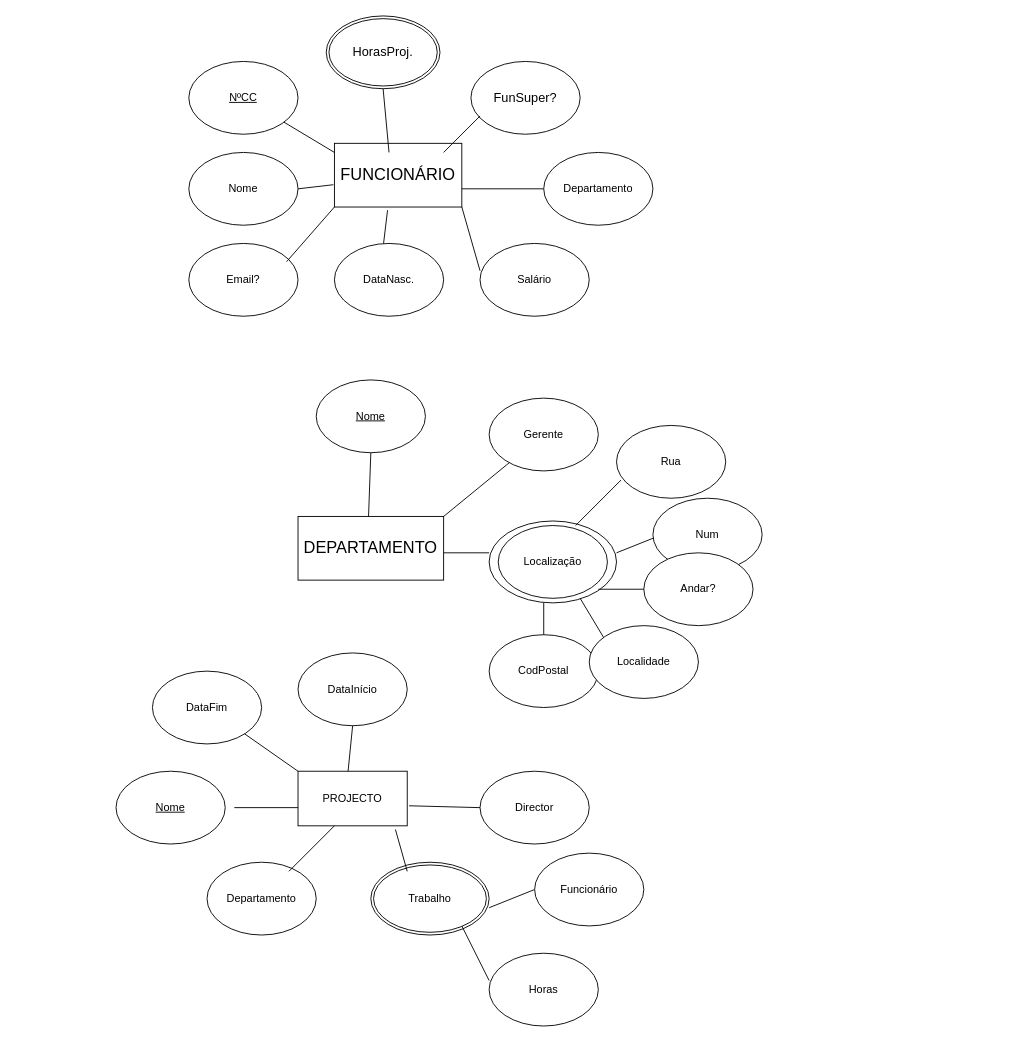
Earlier version of the draw.io diagram empresa.drawio (HenriqueINA/An-lise-de-Sistemas). Source tidied: cells renumbered, new cells numbered last; positions are measured from the earlier drawing's top-left corner, leaving out a move shared by most shapes. Both pictures are drawn from the tidied source at 91%, with x=0, y=0 at pixel (116, 15).
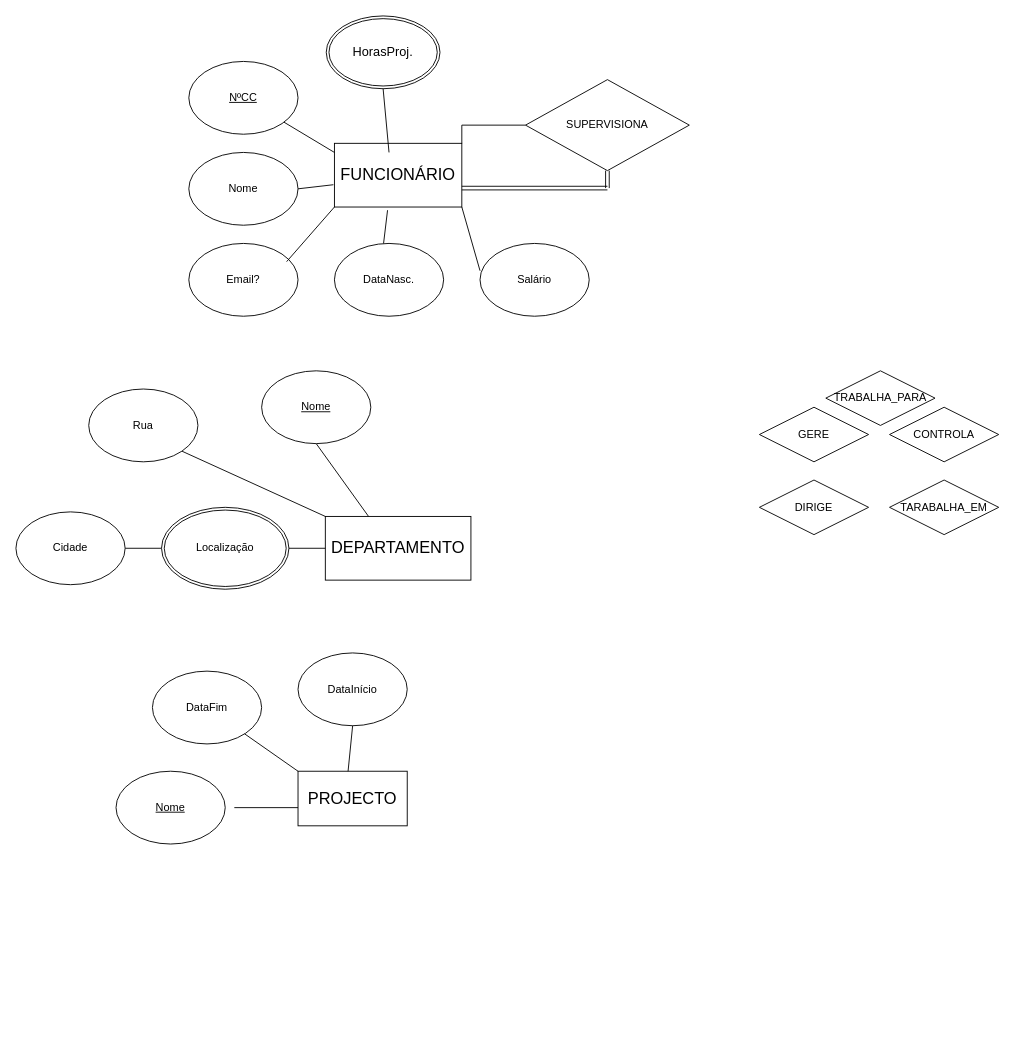
After the change.

Diff of the diagram source:
```diff
@@
-    <mxCell id="2" style="ellipse;whiteSpace=wrap;html=1;" parent="1" vertex="1">
-      <mxGeometry x="410" y="555" width="140" height="90" as="geometry" />
-    </mxCell>
@@
-    <mxCell id="10" value="&lt;font style=&quot;font-size: 14px;&quot;&gt;FunSuper?&lt;/font&gt;" style="ellipse;whiteSpace=wrap;html=1;" parent="1" vertex="1">
-      <mxGeometry x="390" y="50" width="120" height="80" as="geometry" />
-    </mxCell>
@@
-    <mxCell id="13" style="endArrow=none;html=1;rounded=0;" parent="1" edge="1">
-      <mxGeometry relative="1" as="geometry">
-        <mxPoint x="360" y="150" as="sourcePoint" />
-        <mxPoint x="400" y="110" as="targetPoint" />
-      </mxGeometry>
-    </mxCell>
@@
     <mxCell id="18" value="&lt;font style=&quot;font-size: 18px;&quot;&gt;DEPARTAMENTO&lt;/font&gt;" style="rounded=0;whiteSpace=wrap;html=1;" parent="1" vertex="1">
-      <mxGeometry x="200" y="550" width="160" height="70" as="geometry" />
+      <mxGeometry x="230" y="550" width="160" height="70" as="geometry" />
     </mxCell>
-    <mxCell id="19" style="endArrow=none;html=1;rounded=0;" parent="1" edge="1">
-      <mxGeometry relative="1" as="geometry">
-        <mxPoint x="380" y="190" as="sourcePoint" />
-        <mxPoint x="470" y="190" as="targetPoint" />
-      </mxGeometry>
-    </mxCell>
-    <mxCell id="20" value="Departamento" style="ellipse;whiteSpace=wrap;html=1;" parent="1" vertex="1">
-      <mxGeometry x="470" y="150" width="120" height="80" as="geometry" />
-    </mxCell>
-    <mxCell id="21" style="endArrow=none;html=1;rounded=0;" parent="1" edge="1">
+    <mxCell id="21" style="endArrow=none;html=1;rounded=0;entryX=0.5;entryY=1;entryDx=0;entryDy=0;" parent="1" edge="1" target="22">
       <mxGeometry relative="1" as="geometry">
         <mxPoint x="277.5" y="550" as="sourcePoint" />
-        <mxPoint x="280" y="480" as="targetPoint" />
       </mxGeometry>
     </mxCell>
     <mxCell id="22" value="&lt;u&gt;Nome&lt;/u&gt;" style="ellipse;whiteSpace=wrap;html=1;" parent="1" vertex="1">
-      <mxGeometry x="220" y="400" width="120" height="80" as="geometry" />
+      <mxGeometry x="160" y="390" width="120" height="80" as="geometry" />
     </mxCell>
-    <mxCell id="23" value="Gerente" style="ellipse;whiteSpace=wrap;html=1;" parent="1" vertex="1">
-      <mxGeometry x="410" y="420" width="120" height="80" as="geometry" />
-    </mxCell>
-    <mxCell id="24" value="Localização" style="ellipse;whiteSpace=wrap;html=1;" parent="1" vertex="1">
-      <mxGeometry x="420" y="560" width="120" height="80" as="geometry" />
-    </mxCell>
-    <mxCell id="25" style="endArrow=none;html=1;rounded=0;" parent="1" edge="1" target="23">
-      <mxGeometry relative="1" as="geometry">
-        <mxPoint x="360" y="550" as="sourcePoint" />
-      </mxGeometry>
-    </mxCell>
-    <mxCell id="26" style="endArrow=none;html=1;rounded=0;" parent="1" edge="1">
-      <mxGeometry relative="1" as="geometry">
-        <mxPoint x="360" y="590" as="sourcePoint" />
-        <mxPoint x="410" y="590" as="targetPoint" />
-      </mxGeometry>
+    <mxCell id="26" style="endArrow=none;html=1;rounded=0;entryX=0;entryY=0;entryDx=0;entryDy=0;exitX=1;exitY=1;exitDx=0;exitDy=0;" parent="1" edge="1" source="30" target="18">
+      <mxGeometry relative="1" as="geometry" />
     </mxCell>
-    <mxCell id="27" style="endArrow=none;html=1;rounded=0;" parent="1" edge="1">
-      <mxGeometry relative="1" as="geometry">
-        <mxPoint x="530" y="630" as="sourcePoint" />
-        <mxPoint x="590" y="630" as="targetPoint" />
-      </mxGeometry>
+    <mxCell id="27" style="endArrow=none;html=1;rounded=0;exitX=0;exitY=0.5;exitDx=0;exitDy=0;entryX=1;entryY=0.5;entryDx=0;entryDy=0;" parent="1" edge="1" source="24" target="32">
+      <mxGeometry relative="1" as="geometry" />
     </mxCell>
-    <mxCell id="28" style="endArrow=none;html=1;rounded=0;" parent="1" edge="1">
-      <mxGeometry relative="1" as="geometry">
-        <mxPoint x="550" y="590" as="sourcePoint" />
-        <mxPoint x="600" y="570" as="targetPoint" />
-      </mxGeometry>
-    </mxCell>
-    <mxCell id="29" style="endArrow=none;html=1;rounded=0;" parent="1" edge="1">
-      <mxGeometry relative="1" as="geometry">
-        <mxPoint x="505" y="560" as="sourcePoint" />
-        <mxPoint x="555" y="510" as="targetPoint" />
-      </mxGeometry>
-    </mxCell>
     <mxCell id="30" value="Rua" style="ellipse;whiteSpace=wrap;html=1;" parent="1" vertex="1">
-      <mxGeometry x="550" y="450" width="120" height="80" as="geometry" />
+      <mxGeometry x="-30" y="410" width="120" height="80" as="geometry" />
     </mxCell>
-    <mxCell id="31" value="Num" style="ellipse;whiteSpace=wrap;html=1;" parent="1" vertex="1">
-      <mxGeometry x="590" y="530" width="120" height="80" as="geometry" />
-    </mxCell>
-    <mxCell id="32" value="Andar?" style="ellipse;whiteSpace=wrap;html=1;" parent="1" vertex="1">
-      <mxGeometry x="580" y="590" width="120" height="80" as="geometry" />
+    <mxCell id="32" value="Cidade" style="ellipse;whiteSpace=wrap;html=1;" parent="1" vertex="1">
+      <mxGeometry x="-110" y="545" width="120" height="80" as="geometry" />
     </mxCell>
-    <mxCell id="33" style="endArrow=none;html=1;rounded=0;" parent="1" edge="1">
-      <mxGeometry relative="1" as="geometry">
-        <mxPoint x="470" y="645" as="sourcePoint" />
-        <mxPoint x="470" y="690" as="targetPoint" />
-      </mxGeometry>
-    </mxCell>
-    <mxCell id="34" style="endArrow=none;html=1;rounded=0;" parent="1" edge="1">
-      <mxGeometry relative="1" as="geometry">
-        <mxPoint x="540" y="690" as="sourcePoint" />
-        <mxPoint x="510" y="640" as="targetPoint" />
-      </mxGeometry>
-    </mxCell>
-    <mxCell id="35" value="CodPostal" style="ellipse;whiteSpace=wrap;html=1;" parent="1" vertex="1">
-      <mxGeometry x="410" y="680" width="120" height="80" as="geometry" />
-    </mxCell>
-    <mxCell id="36" value="Localidade" style="ellipse;whiteSpace=wrap;html=1;" parent="1" vertex="1">
-      <mxGeometry x="520" y="670" width="120" height="80" as="geometry" />
-    </mxCell>
-    <mxCell id="37" value="PROJECTO" style="rounded=0;whiteSpace=wrap;html=1;" parent="1" vertex="1">
+    <mxCell id="37" value="&lt;font style=&quot;font-size: 18px;&quot;&gt;PROJECTO&lt;/font&gt;" style="rounded=0;whiteSpace=wrap;html=1;" parent="1" vertex="1">
       <mxGeometry x="200" y="830" width="120" height="60" as="geometry" />
     </mxCell>
@@
-    <mxCell id="40" value="Departamento" style="ellipse;whiteSpace=wrap;html=1;" parent="1" vertex="1">
-      <mxGeometry x="100" y="930" width="120" height="80" as="geometry" />
-    </mxCell>
@@
-    <mxCell id="42" value="Director" style="ellipse;whiteSpace=wrap;html=1;" parent="1" vertex="1">
-      <mxGeometry x="400" y="830" width="120" height="80" as="geometry" />
-    </mxCell>
-    <mxCell id="43" value="Trabalho" style="ellipse;shape=doubleEllipse;margin=3;whiteSpace=wrap;html=1;align=center;" parent="1" vertex="1">
-      <mxGeometry x="280" y="930" width="130" height="80" as="geometry" />
-    </mxCell>
@@
-    <mxCell id="47" style="endArrow=none;html=1;rounded=0;" parent="1" edge="1">
-      <mxGeometry relative="1" as="geometry">
-        <mxPoint x="190" y="940" as="sourcePoint" />
-        <mxPoint x="240" y="890" as="targetPoint" />
-      </mxGeometry>
-    </mxCell>
-    <mxCell id="48" style="endArrow=none;html=1;rounded=0;entryX=0.892;entryY=1.067;entryDx=0;entryDy=0;entryPerimeter=0;" parent="1" edge="1" target="37">
-      <mxGeometry relative="1" as="geometry">
-        <mxPoint x="320" y="940" as="sourcePoint" />
-      </mxGeometry>
-    </mxCell>
-    <mxCell id="49" style="endArrow=none;html=1;rounded=0;entryX=1.017;entryY=0.633;entryDx=0;entryDy=0;entryPerimeter=0;" parent="1" edge="1" target="37">
-      <mxGeometry relative="1" as="geometry">
-        <mxPoint x="400" y="870" as="sourcePoint" />
-      </mxGeometry>
-    </mxCell>
-    <mxCell id="50" style="endArrow=none;html=1;rounded=0;" parent="1" edge="1">
-      <mxGeometry relative="1" as="geometry">
-        <mxPoint x="410" y="1060" as="sourcePoint" />
-        <mxPoint x="380" y="1000" as="targetPoint" />
-      </mxGeometry>
-    </mxCell>
-    <mxCell id="51" style="endArrow=none;html=1;rounded=0;" parent="1" edge="1">
-      <mxGeometry relative="1" as="geometry">
-        <mxPoint x="410" y="980" as="sourcePoint" />
-        <mxPoint x="460" y="960" as="targetPoint" />
-      </mxGeometry>
-    </mxCell>
-    <mxCell id="52" value="Horas" style="ellipse;whiteSpace=wrap;html=1;" parent="1" vertex="1">
-      <mxGeometry x="410" y="1030" width="120" height="80" as="geometry" />
-    </mxCell>
-    <mxCell id="53" value="Funcionário" style="ellipse;whiteSpace=wrap;html=1;" parent="1" vertex="1">
-      <mxGeometry x="460" y="920" width="120" height="80" as="geometry" />
-    </mxCell>
+    <mxCell id="24" value="Localização" style="ellipse;shape=doubleEllipse;margin=3;whiteSpace=wrap;html=1;align=center;" parent="1" vertex="1">
+      <mxGeometry x="50" y="540" width="140" height="90" as="geometry" />
+    </mxCell>
+    <mxCell id="54" style="endArrow=none;html=1;rounded=0;entryX=0;entryY=0.5;entryDx=0;entryDy=0;exitX=1;exitY=0.5;exitDx=0;exitDy=0;" parent="1" edge="1" source="24" target="18">
+      <mxGeometry relative="1" as="geometry" />
+    </mxCell>
+    <mxCell id="55" value="SUPERVISIONA" style="shape=rhombus;perimeter=rhombusPerimeter;whiteSpace=wrap;html=1;align=center;" parent="1" vertex="1">
+      <mxGeometry x="450" y="70" width="180" height="100" as="geometry" />
+    </mxCell>
+    <mxCell id="56" value="TARABALHA_EM" style="shape=rhombus;perimeter=rhombusPerimeter;whiteSpace=wrap;html=1;align=center;" parent="1" vertex="1">
+      <mxGeometry x="850" y="510" width="120" height="60" as="geometry" />
+    </mxCell>
+    <mxCell id="57" value="DIRIGE" style="shape=rhombus;perimeter=rhombusPerimeter;whiteSpace=wrap;html=1;align=center;" parent="1" vertex="1">
+      <mxGeometry x="707" y="510" width="120" height="60" as="geometry" />
+    </mxCell>
+    <mxCell id="58" value="CONTROLA" style="shape=rhombus;perimeter=rhombusPerimeter;whiteSpace=wrap;html=1;align=center;" parent="1" vertex="1">
+      <mxGeometry x="850" y="430" width="120" height="60" as="geometry" />
+    </mxCell>
+    <mxCell id="59" value="GERE" style="shape=rhombus;perimeter=rhombusPerimeter;whiteSpace=wrap;html=1;align=center;" parent="1" vertex="1">
+      <mxGeometry x="707" y="430" width="120" height="60" as="geometry" />
+    </mxCell>
+    <mxCell id="60" value="TRABALHA_PARA" style="shape=rhombus;perimeter=rhombusPerimeter;whiteSpace=wrap;html=1;align=center;" parent="1" vertex="1">
+      <mxGeometry x="780" y="390" width="120" height="60" as="geometry" />
+    </mxCell>
+    <mxCell id="61" style="edgeStyle=orthogonalEdgeStyle;rounded=0;orthogonalLoop=1;jettySize=auto;html=1;exitX=0.5;exitY=1;exitDx=0;exitDy=0;" parent="1" edge="1" source="56" target="56">
+      <mxGeometry relative="1" as="geometry" />
+    </mxCell>
+    <mxCell id="62" style="endArrow=none;html=1;rounded=0;entryX=0;entryY=0.5;entryDx=0;entryDy=0;" parent="1" edge="1" target="55">
+      <mxGeometry relative="1" as="geometry">
+        <mxPoint x="380" y="120" as="sourcePoint" />
+      </mxGeometry>
+    </mxCell>
+    <mxCell id="63" style="endArrow=none;html=1;rounded=0;" parent="1" edge="1">
+      <mxGeometry relative="1" as="geometry">
+        <mxPoint x="380" y="140" as="sourcePoint" />
+        <mxPoint x="380" y="120" as="targetPoint" />
+      </mxGeometry>
+    </mxCell>
+    <mxCell id="64" style="shape=link;html=1;rounded=0;entryX=0.5;entryY=1;entryDx=0;entryDy=0;" parent="1" edge="1" target="55">
+      <mxGeometry relative="1" as="geometry">
+        <mxPoint x="540" y="189.2" as="sourcePoint" />
+      </mxGeometry>
+    </mxCell>
+    <mxCell id="65" style="shape=link;html=1;rounded=0;" parent="1" edge="1">
+      <mxGeometry relative="1" as="geometry">
+        <mxPoint x="380" y="189.2" as="sourcePoint" />
+        <mxPoint x="540" y="189.2" as="targetPoint" />
+      </mxGeometry>
+    </mxCell>
```
